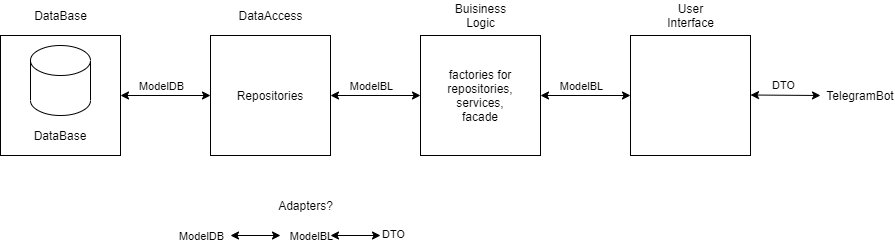
Above: docs/imgs/uml/common.png in alena-zayts/BMSTU_6sem_software_design (draw.io), before the change. Source tidied: cells renumbered, new cells last; positions are measured from the earlier drawing's top-left corner, leaving out a move shared by most shapes.
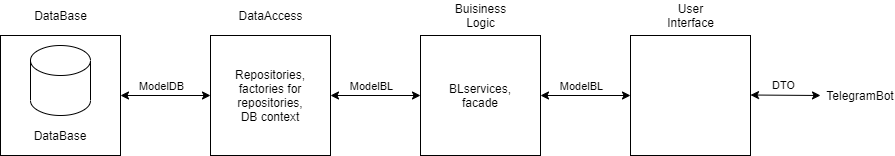
After the commit.

Change to the diagram source:
```diff
@@ -20,7 +20,7 @@
     <mxCell id="7" value="DataAccess" style="text;html=1;align=center;verticalAlign=middle;" parent="1" vertex="1">
       <mxGeometry x="230" y="5" width="80" height="20" as="geometry" />
     </mxCell>
-    <mxCell id="8" value="Repositories" style="text;html=1;strokeColor=none;fillColor=none;align=center;verticalAlign=middle;whiteSpace=wrap;rounded=0;" parent="1" vertex="1">
+    <mxCell id="8" value="Repositories,&lt;br&gt;factories for repositories,&lt;br&gt;DB context" style="text;html=1;strokeColor=none;fillColor=none;align=center;verticalAlign=middle;whiteSpace=wrap;rounded=0;" parent="1" vertex="1">
       <mxGeometry x="250" y="85" width="40" height="20" as="geometry" />
     </mxCell>
     <mxCell id="9" style="endArrow=classic;startArrow=classic;html=1;exitX=1;exitY=0.5;exitDx=0;exitDy=0;entryX=0;entryY=0.5;entryDx=0;entryDy=0;" parent="1" edge="1" source="2" target="6">
@@ -37,7 +37,7 @@
     <mxCell id="12" value="Buisiness&lt;br&gt;Logic" style="text;html=1;align=center;verticalAlign=middle;" parent="1" vertex="1">
       <mxGeometry x="445" width="70" height="30" as="geometry" />
     </mxCell>
-    <mxCell id="13" value="factories for repositories,&lt;br&gt;services,&lt;br&gt;facade" style="text;html=1;strokeColor=none;fillColor=none;align=center;verticalAlign=middle;whiteSpace=wrap;rounded=0;" parent="1" vertex="1">
+    <mxCell id="13" value="BLservices,&lt;br&gt;facade" style="text;html=1;strokeColor=none;fillColor=none;align=center;verticalAlign=middle;whiteSpace=wrap;rounded=0;" parent="1" vertex="1">
       <mxGeometry x="460" y="85" width="40" height="20" as="geometry" />
     </mxCell>
     <mxCell id="14" style="endArrow=classic;startArrow=classic;html=1;exitX=1;exitY=0.5;exitDx=0;exitDy=0;entryX=0;entryY=0.5;entryDx=0;entryDy=0;" parent="1" edge="1" target="11">
@@ -81,28 +81,5 @@
         <mxPoint x="11" y="-10" as="offset" />
       </mxGeometry>
     </mxCell>
-    <mxCell id="23" value="ModelDB" style="edgeLabel;html=1;align=center;verticalAlign=middle;" parent="1" vertex="1">
-      <mxGeometry x="200" y="235" as="geometry" />
-    </mxCell>
-    <mxCell id="24" value="ModelBL" style="edgeLabel;html=1;align=center;verticalAlign=middle;" parent="1" vertex="1">
-      <mxGeometry x="310" y="235" as="geometry" />
-    </mxCell>
-    <mxCell id="25" value="&lt;span style=&quot;color: rgb(0, 0, 0); font-family: helvetica; font-size: 11px; font-style: normal; font-weight: 400; letter-spacing: normal; text-align: center; text-indent: 0px; text-transform: none; word-spacing: 0px; background-color: rgb(255, 255, 255); display: inline; float: none;&quot;&gt;DTO&lt;/span&gt;" style="text;whiteSpace=wrap;html=1;" parent="1" vertex="1">
-      <mxGeometry x="380" y="220" width="50" height="30" as="geometry" />
-    </mxCell>
-    <mxCell id="26" style="endArrow=classic;startArrow=classic;html=1;" parent="1" edge="1">
-      <mxGeometry relative="1" as="geometry">
-        <mxPoint x="230" y="235" as="sourcePoint" />
-        <mxPoint x="280" y="235" as="targetPoint" />
-      </mxGeometry>
-    </mxCell>
-    <mxCell id="27" style="endArrow=classic;startArrow=classic;html=1;entryX=0;entryY=0.5;entryDx=0;entryDy=0;" parent="1" edge="1" target="25">
-      <mxGeometry relative="1" as="geometry">
-        <mxPoint x="330" y="235" as="sourcePoint" />
-      </mxGeometry>
-    </mxCell>
-    <mxCell id="28" value="Adapters?" style="text;html=1;align=center;verticalAlign=middle;" parent="1" vertex="1">
-      <mxGeometry x="270" y="195" width="70" height="20" as="geometry" />
-    </mxCell>
   </root>
 </mxGraphModel>
```
